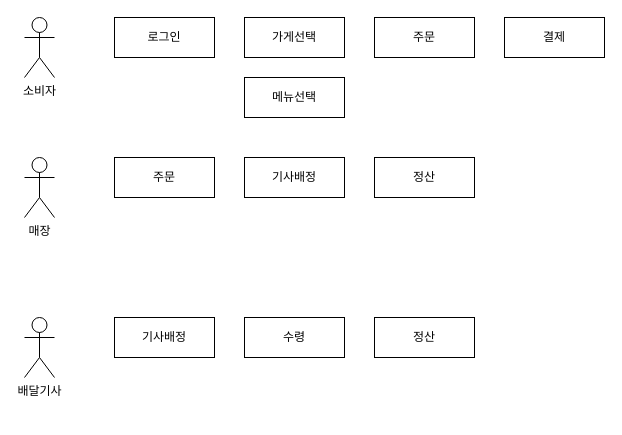
Before: 서비스기획.drawio in kimsintae/D_Delivery, a draw.io diagram. Source tidied: cells renumbered, new cells numbered last; positions are measured from the earlier drawing's top-left corner, leaving out a move shared by most shapes. Both pictures are drawn from the tidied source at 100%, with x=0, y=0 at pixel (24, 17).
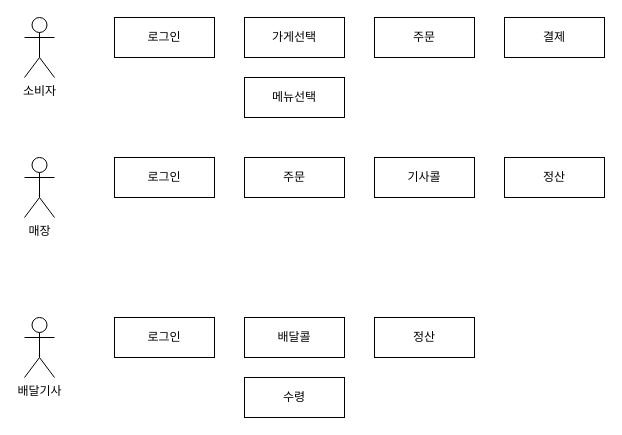
The same diagram, later.

Commit message (it also covers changes not shown here):
서비스기획.drawio 업데이트

Change to the diagram source:
```diff
@@
 <mxGraphModel>
   <root>
     <mxCell id="0" />
     <mxCell id="1" parent="0" />
     <mxCell id="2" value="소비자" style="shape=umlActor;verticalLabelPosition=bottom;verticalAlign=top;html=1;" parent="1" vertex="1">
       <mxGeometry width="30" height="60" as="geometry" />
     </mxCell>
     <mxCell id="3" value="매장" style="shape=umlActor;verticalLabelPosition=bottom;verticalAlign=top;html=1;" parent="1" vertex="1">
       <mxGeometry y="140" width="30" height="60" as="geometry" />
     </mxCell>
     <mxCell id="4" value="배달기사" style="shape=umlActor;verticalLabelPosition=bottom;verticalAlign=top;html=1;" parent="1" vertex="1">
       <mxGeometry y="300" width="30" height="60" as="geometry" />
     </mxCell>
     <mxCell id="5" value="주문" style="rounded=0;whiteSpace=wrap;html=1;" parent="1" vertex="1">
       <mxGeometry x="350" width="100" height="40" as="geometry" />
     </mxCell>
     <mxCell id="6" value="가게선택" style="rounded=0;whiteSpace=wrap;html=1;" parent="1" vertex="1">
       <mxGeometry x="220" width="100" height="40" as="geometry" />
     </mxCell>
     <mxCell id="7" value="메뉴선택" style="rounded=0;whiteSpace=wrap;html=1;" parent="1" vertex="1">
       <mxGeometry x="220" y="60" width="100" height="40" as="geometry" />
     </mxCell>
     <mxCell id="8" value="결제" style="rounded=0;whiteSpace=wrap;html=1;" parent="1" vertex="1">
       <mxGeometry x="480" width="100" height="40" as="geometry" />
     </mxCell>
     <mxCell id="9" value="로그인" style="rounded=0;whiteSpace=wrap;html=1;" parent="1" vertex="1">
       <mxGeometry x="90" width="100" height="40" as="geometry" />
     </mxCell>
     <mxCell id="10" value="주문" style="rounded=0;whiteSpace=wrap;html=1;" parent="1" vertex="1">
-      <mxGeometry x="90" y="140" width="100" height="40" as="geometry" />
+      <mxGeometry x="220" y="140" width="100" height="40" as="geometry" />
     </mxCell>
-    <mxCell id="11" value="기사배정" style="rounded=0;whiteSpace=wrap;html=1;" parent="1" vertex="1">
-      <mxGeometry x="220" y="140" width="100" height="40" as="geometry" />
+    <mxCell id="11" value="기사콜" style="rounded=0;whiteSpace=wrap;html=1;" parent="1" vertex="1">
+      <mxGeometry x="350" y="140" width="100" height="40" as="geometry" />
     </mxCell>
     <mxCell id="12" value="정산" style="rounded=0;whiteSpace=wrap;html=1;" parent="1" vertex="1">
-      <mxGeometry x="350" y="140" width="100" height="40" as="geometry" />
+      <mxGeometry x="480" y="140" width="100" height="40" as="geometry" />
     </mxCell>
-    <mxCell id="13" value="기사배정" style="rounded=0;whiteSpace=wrap;html=1;" parent="1" vertex="1">
-      <mxGeometry x="90" y="300" width="100" height="40" as="geometry" />
+    <mxCell id="13" value="배달콜" style="rounded=0;whiteSpace=wrap;html=1;" parent="1" vertex="1">
+      <mxGeometry x="220" y="300" width="100" height="40" as="geometry" />
     </mxCell>
     <mxCell id="14" value="수령" style="rounded=0;whiteSpace=wrap;html=1;" parent="1" vertex="1">
-      <mxGeometry x="220" y="300" width="100" height="40" as="geometry" />
+      <mxGeometry x="220" y="360" width="100" height="40" as="geometry" />
     </mxCell>
-    <mxCell id="15" value="정산" style="rounded=0;whiteSpace=wrap;html=1;" parent="1" vertex="1">
-      <mxGeometry x="350" y="300" width="100" height="40" as="geometry" />
+    <mxCell id="15" value="로그인" style="rounded=0;whiteSpace=wrap;html=1;" parent="1" vertex="1">
+      <mxGeometry x="90" y="300" width="100" height="40" as="geometry" />
     </mxCell>
+    <mxCell id="16" value="정산" style="rounded=0;whiteSpace=wrap;html=1;" parent="1" vertex="1">
+      <mxGeometry x="350" y="300" width="100" height="40" as="geometry" />
+    </mxCell>
+    <mxCell id="17" value="로그인" style="rounded=0;whiteSpace=wrap;html=1;" parent="1" vertex="1">
+      <mxGeometry x="90" y="140" width="100" height="40" as="geometry" />
+    </mxCell>
   </root>
 </mxGraphModel>
```
